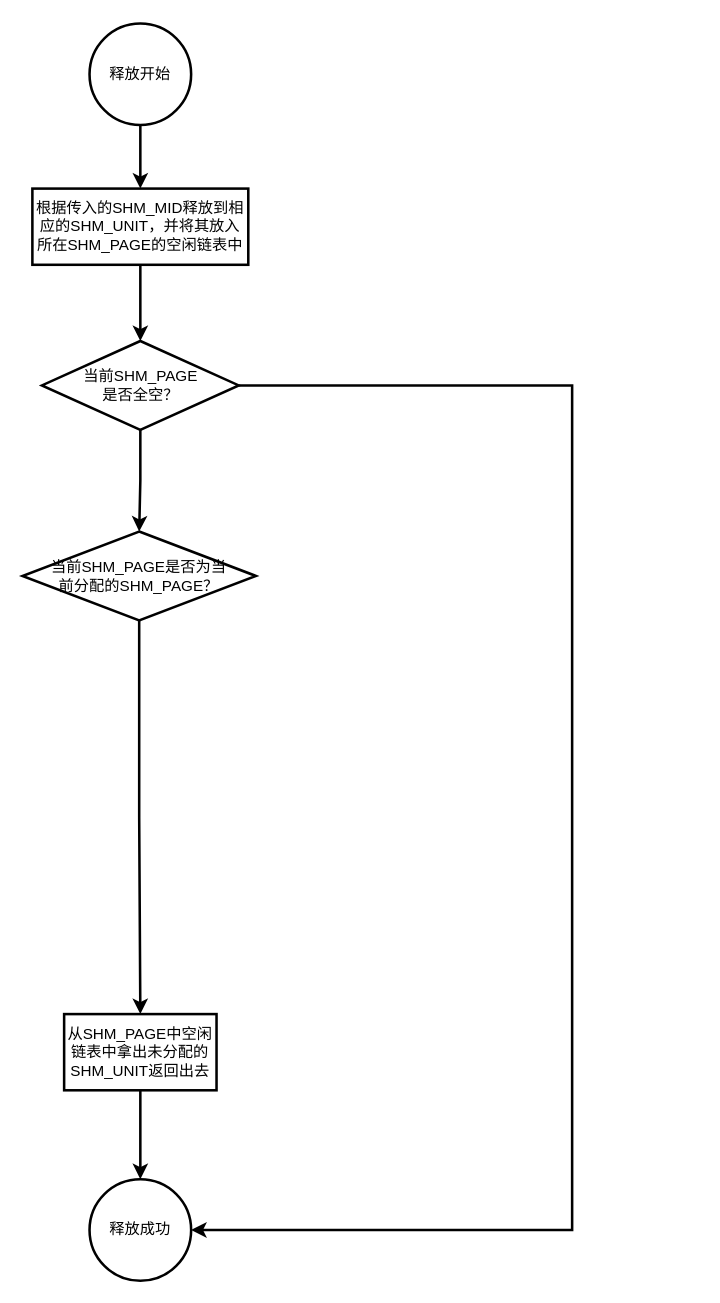
This is LCT3.drawio from FAKERINHEART/draw_folder, a draw.io file, before an edit. Source tidied: cells renumbered, new cells numbered last; positions are measured from the earlier drawing's top-left corner, leaving out a move shared by most shapes. Both pictures are drawn from the tidied source at 127%, with x=0, y=0 at pixel (22, 23).
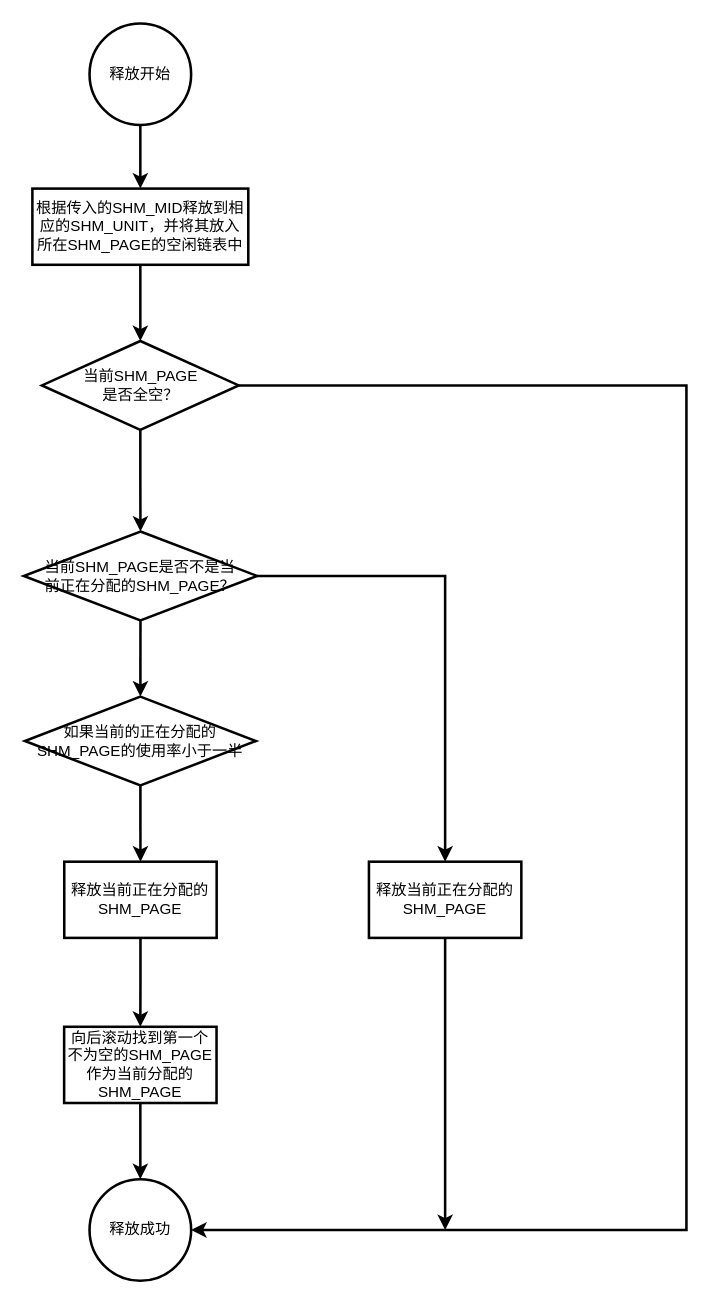
The same diagram, later.

Unchanged cells that the change refers to:
```xml
<mxCell id="8" value="当前SHM_PAGE&lt;br&gt;是否全空？" style="rhombus;whiteSpace=wrap;html=1;strokeWidth=2;" parent="1" vertex="1">
  <mxGeometry x="15.5" y="250" width="155" height="70" as="geometry" />
</mxCell>
<mxCell id="9" value="释放成功" style="ellipse;whiteSpace=wrap;html=1;strokeWidth=2;align=center;" parent="1" vertex="1">
  <mxGeometry x="53" y="910" width="80" height="80" as="geometry" />
</mxCell>
```

The edit, as a diff of the source:
```diff
@@
     <mxCell id="7" style="edgeStyle=orthogonalEdgeStyle;rounded=0;jettySize=auto;html=1;exitX=1;exitY=0.5;exitDx=0;exitDy=0;entryX=1;entryY=0.5;entryDx=0;entryDy=0;strokeWidth=2;" parent="1" edge="1" source="8" target="9">
       <mxGeometry relative="1" as="geometry">
         <Array as="points">
-          <mxPoint x="433" y="285" />
-          <mxPoint x="433" y="950" />
+          <mxPoint x="523" y="285" />
+          <mxPoint x="523" y="950" />
         </Array>
       </mxGeometry>
     </mxCell>
@@
-    <mxCell id="10" style="edgeStyle=orthogonalEdgeStyle;rounded=0;jettySize=auto;html=1;exitX=0.5;exitY=1;exitDx=0;exitDy=0;entryX=0.5;entryY=0;entryDx=0;entryDy=0;strokeWidth=2;" parent="1" edge="1" source="11" target="13">
-      <mxGeometry relative="1" as="geometry" />
-    </mxCell>
+    <mxCell id="14" style="edgeStyle=orthogonalEdgeStyle;rounded=0;jettySize=auto;html=1;exitX=1;exitY=0.5;exitDx=0;exitDy=0;strokeWidth=2;" parent="1" edge="1" source="11" target="18">
+      <mxGeometry relative="1" as="geometry" />
+    </mxCell>
+    <mxCell id="15" style="edgeStyle=orthogonalEdgeStyle;rounded=0;jettySize=auto;html=1;exitX=0.5;exitY=1;exitDx=0;exitDy=0;entryX=0.5;entryY=0;entryDx=0;entryDy=0;strokeWidth=2;" parent="1" edge="1" source="11" target="20">
+      <mxGeometry relative="1" as="geometry" />
+    </mxCell>
-    <mxCell id="11" value="当前SHM_PAGE是否为当&lt;br&gt;前分配的SHM_PAGE？" style="rhombus;whiteSpace=wrap;html=1;strokeWidth=2;" parent="1" vertex="1">
-      <mxGeometry x="0.2" y="400" width="183.8" height="70" as="geometry" />
+    <mxCell id="11" value="当前SHM_PAGE是否不是当&lt;br&gt;前正在分配的SHM_PAGE？" style="rhombus;whiteSpace=wrap;html=1;strokeWidth=2;" parent="1" vertex="1">
+      <mxGeometry x="1.2" y="400" width="183.8" height="70" as="geometry" />
     </mxCell>
-    <mxCell id="12" style="edgeStyle=orthogonalEdgeStyle;rounded=0;jettySize=auto;html=1;exitX=0.5;exitY=1;exitDx=0;exitDy=0;entryX=0.5;entryY=0;entryDx=0;entryDy=0;strokeWidth=2;" parent="1" edge="1" source="13" target="9">
-      <mxGeometry relative="1" as="geometry" />
-    </mxCell>
+    <mxCell id="16" style="edgeStyle=orthogonalEdgeStyle;rounded=0;jettySize=auto;html=1;exitX=0.5;exitY=1;exitDx=0;exitDy=0;entryX=0.5;entryY=0;entryDx=0;entryDy=0;strokeWidth=2;" parent="1" edge="1" source="13" target="22">
+      <mxGeometry relative="1" as="geometry" />
+    </mxCell>
-    <mxCell id="13" value="从SHM_PAGE中空闲链表中拿出未分配的SHM_UNIT返回出去" style="rounded=0;whiteSpace=wrap;html=1;strokeWidth=2;" parent="1" vertex="1">
-      <mxGeometry x="33" y="780" width="120" height="60" as="geometry" />
+    <mxCell id="13" value="释放当前正在分配的SHM_PAGE" style="rounded=0;whiteSpace=wrap;html=1;strokeWidth=2;" parent="1" vertex="1">
+      <mxGeometry x="33.1" y="660" width="120" height="60" as="geometry" />
     </mxCell>
+    <mxCell id="17" style="edgeStyle=orthogonalEdgeStyle;rounded=0;jettySize=auto;html=1;exitX=0.5;exitY=1;exitDx=0;exitDy=0;strokeWidth=2;" parent="1" edge="1" source="18">
+      <mxGeometry relative="1" as="geometry">
+        <mxPoint x="333" y="950" as="targetPoint" />
+      </mxGeometry>
+    </mxCell>
+    <mxCell id="18" value="释放当前正在分配的SHM_PAGE" style="rounded=0;whiteSpace=wrap;html=1;strokeWidth=2;" parent="1" vertex="1">
+      <mxGeometry x="273" y="660" width="120" height="60" as="geometry" />
+    </mxCell>
+    <mxCell id="19" style="edgeStyle=orthogonalEdgeStyle;rounded=0;jettySize=auto;html=1;exitX=0.5;exitY=1;exitDx=0;exitDy=0;entryX=0.5;entryY=0;entryDx=0;entryDy=0;strokeWidth=2;" parent="1" edge="1" source="20" target="13">
+      <mxGeometry relative="1" as="geometry" />
+    </mxCell>
+    <mxCell id="20" value="如果当前的正在分配的SHM_PAGE的使用率小于一半" style="rhombus;whiteSpace=wrap;html=1;strokeWidth=2;" parent="1" vertex="1">
+      <mxGeometry x="2.1" y="530" width="181.9" height="70" as="geometry" />
+    </mxCell>
+    <mxCell id="21" style="edgeStyle=orthogonalEdgeStyle;rounded=0;jettySize=auto;html=1;exitX=0.5;exitY=1;exitDx=0;exitDy=0;entryX=0.5;entryY=0;entryDx=0;entryDy=0;strokeWidth=2;" parent="1" edge="1" source="22" target="9">
+      <mxGeometry relative="1" as="geometry" />
+    </mxCell>
+    <mxCell id="22" value="向后滚动找到第一个不为空的SHM_PAGE作为当前分配的SHM_PAGE" style="rounded=0;whiteSpace=wrap;html=1;strokeWidth=2;" parent="1" vertex="1">
+      <mxGeometry x="33" y="790" width="120" height="60" as="geometry" />
+    </mxCell>
```
